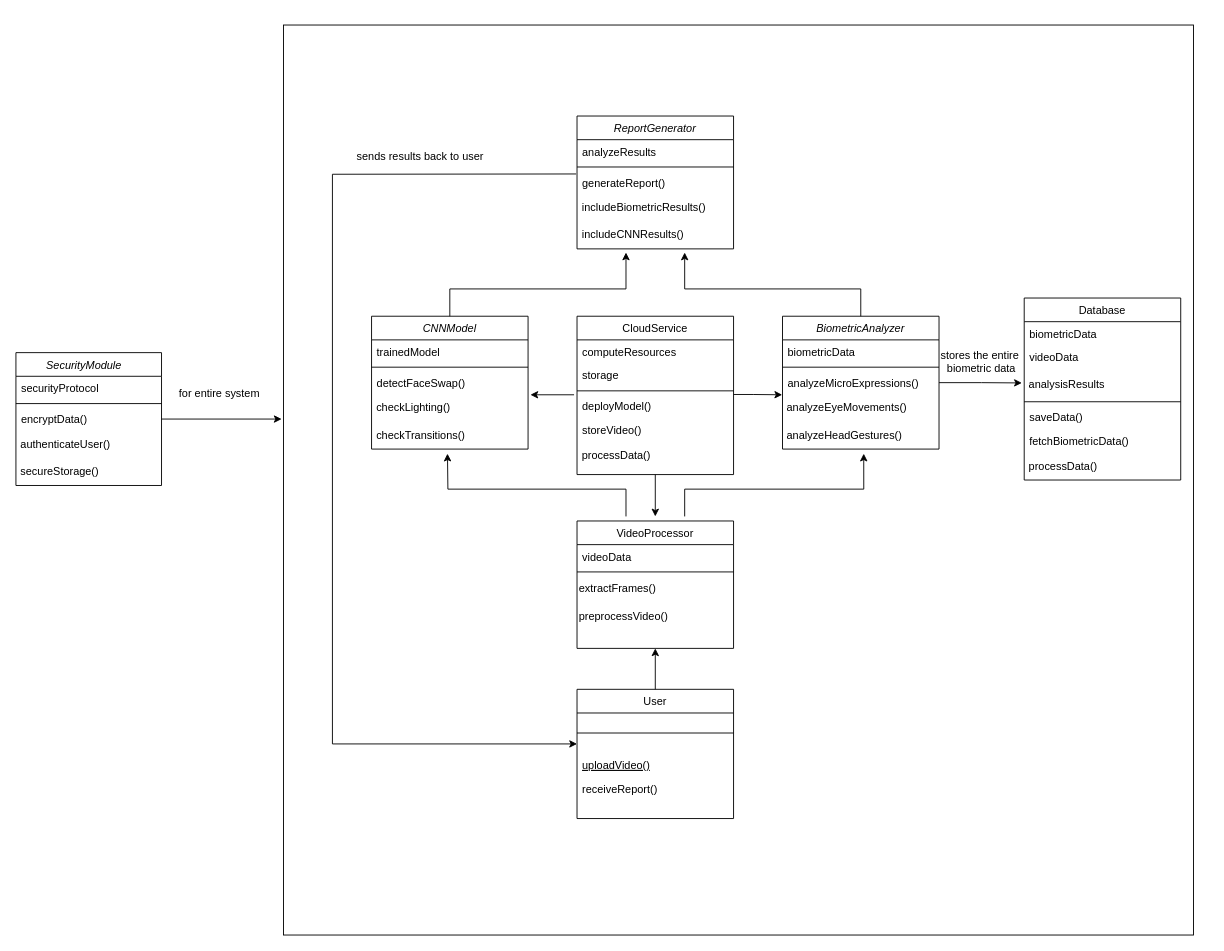
Earlier version of the draw.io diagram DeepFakeRecognition.drawio (yashika1221/draw.io). Source tidied: cells renumbered, new cells numbered last; positions are measured from the earlier drawing's top-left corner, leaving out a move shared by most shapes. Both pictures are drawn from the tidied source at 91%, with x=0, y=0 at pixel (15, 25).
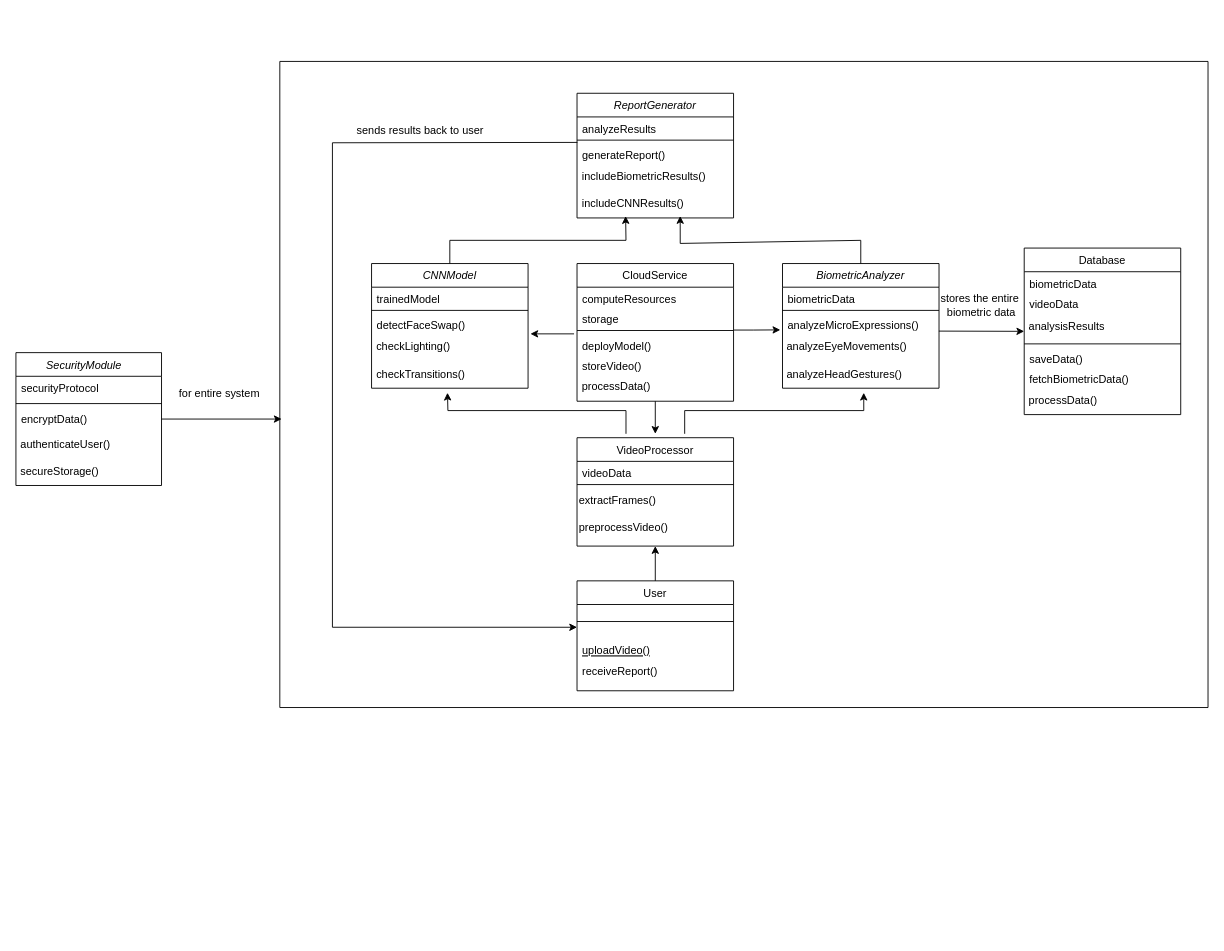
The same diagram, later.

Change to the diagram source:
```diff
@@
     <mxCell id="8" style="group;" parent="1" vertex="1">
-      <mxGeometry x="294" width="1000" height="1000" as="geometry" />
+      <mxGeometry x="294" y="-10" width="1010" height="1010" as="geometry" />
     </mxCell>
-    <mxCell id="9" style="whiteSpace=wrap;html=1;" parent="8" vertex="1">
-      <mxGeometry width="1000" height="1000" as="geometry" />
-    </mxCell>
     <mxCell id="10" style="group;" parent="8" vertex="1">
-      <mxGeometry x="53.8" y="100" width="666.7" height="772" as="geometry" />
+      <mxGeometry x="53.8" y="85" width="666.7" height="656.6" as="geometry" />
     </mxCell>
     <mxCell id="11" value="CNNModel" style="swimlane;fontStyle=2;align=center;verticalAlign=top;horizontal=1;startSize=26;rounded=0;shadow=0;strokeWidth=1;" parent="10" vertex="1">
-      <mxGeometry x="43" y="220" width="172" height="146" as="geometry" />
+      <mxGeometry x="43" y="187.1" width="172" height="137" as="geometry" />
     </mxCell>
     <mxCell id="12" value="trainedModel" style="text;align=left;verticalAlign=top;spacingLeft=4;spacingRight=4;overflow=hidden;rounded=0;shadow=0;html=0;" parent="11" vertex="1">
-      <mxGeometry y="26" width="172" height="26" as="geometry" />
+      <mxGeometry y="26" width="172" height="22.1" as="geometry" />
     </mxCell>
     <mxCell id="13" style="line;html=1;strokeWidth=1;align=left;verticalAlign=middle;spacingTop=-1;spacingLeft=3;spacingRight=3;labelPosition=right;" parent="11" vertex="1">
-      <mxGeometry y="52" width="172" height="8" as="geometry" />
+      <mxGeometry y="48.1" width="172" height="6.8" as="geometry" />
     </mxCell>
     <mxCell id="14" value="detectFaceSwap()&#10;" style="text;align=left;verticalAlign=top;spacingLeft=4;spacingRight=4;overflow=hidden;points=[[0,0.5],[1,0.5]];portConstraint=eastwest;" parent="11" vertex="1">
-      <mxGeometry y="60" width="172" height="26" as="geometry" />
+      <mxGeometry y="54.9" width="172" height="22.1" as="geometry" />
     </mxCell>
     <mxCell id="15" value="&amp;nbsp;checkLighting()" style="text;html=1;align=left;verticalAlign=middle;strokeColor=none;fillColor=none;" parent="11" vertex="1">
-      <mxGeometry y="86" width="172" height="30" as="geometry" />
+      <mxGeometry y="77" width="172" height="30" as="geometry" />
     </mxCell>
     <mxCell id="16" value="&amp;nbsp;checkTransitions()" style="text;html=1;align=left;verticalAlign=middle;points=[];strokeColor=none;fillColor=none;" parent="11" vertex="1">
-      <mxGeometry y="116" width="172" height="30" as="geometry" />
+      <mxGeometry y="107" width="172" height="30" as="geometry" />
     </mxCell>
     <mxCell id="17" value="User" style="swimlane;fontStyle=0;align=center;verticalAlign=top;horizontal=1;startSize=26;rounded=0;shadow=0;strokeWidth=1;" parent="10" vertex="1">
-      <mxGeometry x="268.8" y="630" width="172" height="142" as="geometry" />
+      <mxGeometry x="268.8" y="535.8" width="172" height="120.8" as="geometry" />
     </mxCell>
     <mxCell id="18" style="line;html=1;strokeWidth=1;align=left;verticalAlign=middle;spacingTop=-1;spacingLeft=3;spacingRight=3;labelPosition=right;" parent="17" vertex="1">
-      <mxGeometry y="26" width="172" height="44" as="geometry" />
+      <mxGeometry y="26" width="172" height="37.4" as="geometry" />
     </mxCell>
     <mxCell id="19" value="uploadVideo()" style="text;align=left;verticalAlign=top;spacingLeft=4;spacingRight=4;overflow=hidden;fontStyle=4;" parent="17" vertex="1">
-      <mxGeometry y="70" width="172" height="26" as="geometry" />
+      <mxGeometry y="63.4" width="172" height="22.1" as="geometry" />
     </mxCell>
     <mxCell id="20" value="receiveReport()" style="text;align=left;verticalAlign=top;spacingLeft=4;spacingRight=4;overflow=hidden;" parent="17" vertex="1">
-      <mxGeometry y="96" width="172" height="26" as="geometry" />
+      <mxGeometry y="85.5" width="172" height="22.1" as="geometry" />
     </mxCell>
     <mxCell id="21" value="VideoProcessor" style="swimlane;fontStyle=0;align=center;verticalAlign=top;horizontal=1;startSize=26;rounded=0;shadow=0;strokeWidth=1;" parent="10" vertex="1">
-      <mxGeometry x="268.8" y="445" width="172" height="140" as="geometry" />
+      <mxGeometry x="268.8" y="378.5" width="172" height="119.1" as="geometry" />
     </mxCell>
     <mxCell id="22" value="videoData" style="text;align=left;verticalAlign=top;spacingLeft=4;spacingRight=4;overflow=hidden;" parent="21" vertex="1">
-      <mxGeometry y="26" width="172" height="26" as="geometry" />
+      <mxGeometry y="26" width="172" height="22.1" as="geometry" />
     </mxCell>
     <mxCell id="23" style="line;html=1;strokeWidth=1;align=left;verticalAlign=middle;spacingTop=-1;spacingLeft=3;spacingRight=3;labelPosition=right;" parent="21" vertex="1">
-      <mxGeometry y="52" width="172" height="8" as="geometry" />
+      <mxGeometry y="48.1" width="172" height="6.8" as="geometry" />
     </mxCell>
     <mxCell id="24" value="extractFrames()" style="text;html=1;align=left;verticalAlign=middle;strokeColor=none;fillColor=none;" parent="21" vertex="1">
-      <mxGeometry y="60" width="172" height="30" as="geometry" />
+      <mxGeometry y="54.9" width="172" height="30" as="geometry" />
     </mxCell>
     <mxCell id="25" value="preprocessVideo()" style="text;html=1;align=left;verticalAlign=middle;strokeColor=none;fillColor=none;" parent="21" vertex="1">
-      <mxGeometry y="90" width="172" height="30" as="geometry" />
+      <mxGeometry y="84.9" width="172" height="30" as="geometry" />
     </mxCell>
     <mxCell id="26" value="CloudService" style="swimlane;fontStyle=0;align=center;verticalAlign=top;horizontal=1;startSize=26;rounded=0;shadow=0;strokeWidth=1;" parent="10" vertex="1">
-      <mxGeometry x="268.8" y="220" width="172" height="174" as="geometry" />
+      <mxGeometry x="268.8" y="187.1" width="172" height="151.3" as="geometry" />
     </mxCell>
     <mxCell id="27" value="computeResources" style="text;align=left;verticalAlign=top;spacingLeft=4;spacingRight=4;overflow=hidden;" parent="26" vertex="1">
-      <mxGeometry y="26" width="172" height="26" as="geometry" />
+      <mxGeometry y="26" width="172" height="22.1" as="geometry" />
     </mxCell>
     <mxCell id="28" value="storage" style="text;align=left;verticalAlign=top;spacingLeft=4;spacingRight=4;overflow=hidden;rounded=0;shadow=0;html=0;" parent="26" vertex="1">
-      <mxGeometry y="52" width="172" height="26" as="geometry" />
+      <mxGeometry y="48.1" width="172" height="22.1" as="geometry" />
     </mxCell>
     <mxCell id="29" style="line;html=1;strokeWidth=1;align=left;verticalAlign=middle;spacingTop=-1;spacingLeft=3;spacingRight=3;labelPosition=right;" parent="26" vertex="1">
-      <mxGeometry y="78" width="172" height="8" as="geometry" />
+      <mxGeometry y="70.2" width="172" height="6.8" as="geometry" />
     </mxCell>
     <mxCell id="30" value="deployModel()" style="text;align=left;verticalAlign=top;spacingLeft=4;spacingRight=4;overflow=hidden;points=[[0,0.5],[1,0.5]];portConstraint=eastwest;" parent="26" vertex="1">
-      <mxGeometry y="86" width="172" height="26" as="geometry" />
+      <mxGeometry y="77" width="172" height="22.1" as="geometry" />
     </mxCell>
     <mxCell id="31" value="storeVideo()" style="text;align=left;verticalAlign=top;spacingLeft=4;spacingRight=4;overflow=hidden;" parent="26" vertex="1">
-      <mxGeometry y="112" width="172" height="26" as="geometry" />
+      <mxGeometry y="99.1" width="172" height="22.1" as="geometry" />
     </mxCell>
     <mxCell id="32" value="&amp;nbsp;processData()" style="text;html=1;align=left;verticalAlign=middle;strokeColor=none;fillColor=none;" parent="26" vertex="1">
-      <mxGeometry y="138" width="172" height="30" as="geometry" />
+      <mxGeometry y="121.3" width="172" height="30" as="geometry" />
     </mxCell>
     <mxCell id="33" value="BiometricAnalyzer" style="swimlane;fontStyle=2;align=center;verticalAlign=top;horizontal=1;startSize=26;rounded=0;shadow=0;strokeWidth=1;" parent="10" vertex="1">
-      <mxGeometry x="494.6" y="220" width="172" height="146" as="geometry" />
+      <mxGeometry x="494.6" y="187.1" width="172" height="137" as="geometry" />
     </mxCell>
     <mxCell id="34" value="biometricData" style="text;align=left;verticalAlign=top;spacingLeft=4;spacingRight=4;overflow=hidden;rounded=0;shadow=0;html=0;" parent="33" vertex="1">
-      <mxGeometry y="26" width="172" height="26" as="geometry" />
+      <mxGeometry y="26" width="172" height="22.1" as="geometry" />
     </mxCell>
     <mxCell id="35" style="line;html=1;strokeWidth=1;align=left;verticalAlign=middle;spacingTop=-1;spacingLeft=3;spacingRight=3;labelPosition=right;" parent="33" vertex="1">
-      <mxGeometry y="52" width="172" height="8" as="geometry" />
+      <mxGeometry y="48.1" width="172" height="6.8" as="geometry" />
     </mxCell>
     <mxCell id="36" value="analyzeMicroExpressions()" style="text;align=left;verticalAlign=top;spacingLeft=4;spacingRight=4;overflow=hidden;points=[[0,0.5],[1,0.5]];portConstraint=eastwest;" parent="33" vertex="1">
-      <mxGeometry y="60" width="172" height="26" as="geometry" />
+      <mxGeometry y="54.9" width="172" height="22.1" as="geometry" />
     </mxCell>
     <mxCell id="37" value="&amp;nbsp;analyzeEyeMovements()" style="text;html=1;align=left;verticalAlign=middle;strokeColor=none;fillColor=none;" parent="33" vertex="1">
-      <mxGeometry y="86" width="172" height="30" as="geometry" />
+      <mxGeometry y="77" width="172" height="30" as="geometry" />
     </mxCell>
     <mxCell id="38" value="&amp;nbsp;analyzeHeadGestures()" style="text;html=1;align=left;verticalAlign=middle;points=[];strokeColor=none;fillColor=none;" parent="33" vertex="1">
-      <mxGeometry y="116" width="172" height="30" as="geometry" />
+      <mxGeometry y="107" width="172" height="30" as="geometry" />
     </mxCell>
     <mxCell id="39" value="ReportGenerator" style="swimlane;fontStyle=2;align=center;verticalAlign=top;horizontal=1;startSize=26;rounded=0;shadow=0;strokeWidth=1;" parent="10" vertex="1">
-      <mxGeometry x="268.8" width="172" height="146" as="geometry" />
+      <mxGeometry x="268.8" width="172" height="137" as="geometry" />
     </mxCell>
     <mxCell id="40" value="analyzeResults" style="text;align=left;verticalAlign=top;spacingLeft=4;spacingRight=4;overflow=hidden;rounded=0;shadow=0;html=0;" parent="39" vertex="1">
-      <mxGeometry y="26" width="172" height="26" as="geometry" />
+      <mxGeometry y="26" width="172" height="22.1" as="geometry" />
     </mxCell>
     <mxCell id="41" style="line;html=1;strokeWidth=1;align=left;verticalAlign=middle;spacingTop=-1;spacingLeft=3;spacingRight=3;labelPosition=right;" parent="39" vertex="1">
-      <mxGeometry y="52" width="172" height="8" as="geometry" />
+      <mxGeometry y="48.1" width="172" height="6.8" as="geometry" />
     </mxCell>
     <mxCell id="42" value="generateReport()" style="text;align=left;verticalAlign=top;spacingLeft=4;spacingRight=4;overflow=hidden;points=[[0,0.5],[1,0.5]];portConstraint=eastwest;" parent="39" vertex="1">
-      <mxGeometry y="60" width="172" height="26" as="geometry" />
+      <mxGeometry y="54.9" width="172" height="22.1" as="geometry" />
     </mxCell>
     <mxCell id="43" value="&amp;nbsp;includeBiometricResults()" style="text;html=1;align=left;verticalAlign=middle;strokeColor=none;fillColor=none;" parent="39" vertex="1">
-      <mxGeometry y="86" width="172" height="30" as="geometry" />
+      <mxGeometry y="77" width="172" height="30" as="geometry" />
     </mxCell>
     <mxCell id="44" value="&amp;nbsp;includeCNNResults()" style="text;html=1;align=left;verticalAlign=middle;points=[];strokeColor=none;fillColor=none;" parent="39" vertex="1">
-      <mxGeometry y="116" width="172" height="30" as="geometry" />
+      <mxGeometry y="107" width="172" height="30" as="geometry" />
     </mxCell>
@@
     <mxCell id="46" style="endArrow=classic;html=1;rounded=0;entryX=0.485;entryY=1.167;entryDx=0;entryDy=0;entryPerimeter=0;" parent="10" edge="1" target="16">
       <mxGeometry relative="1" as="geometry">
-        <mxPoint x="322.6" y="440" as="sourcePoint" />
+        <mxPoint x="322.6" y="374.2" as="sourcePoint" />
         <Array as="points">
-          <mxPoint x="322.6" y="410" />
-          <mxPoint x="126.9" y="410" />
+          <mxPoint x="322.6" y="348.7" />
+          <mxPoint x="126.9" y="348.7" />
         </Array>
       </mxGeometry>
     </mxCell>
     <mxCell id="47" style="endArrow=classic;html=1;rounded=0;entryX=0.519;entryY=1.167;entryDx=0;entryDy=0;entryPerimeter=0;" parent="10" edge="1" target="38">
       <mxGeometry relative="1" as="geometry">
-        <mxPoint x="387.1" y="440" as="sourcePoint" />
+        <mxPoint x="387.1" y="374.2" as="sourcePoint" />
         <Array as="points">
-          <mxPoint x="387.1" y="410" />
-          <mxPoint x="583.9" y="410" />
+          <mxPoint x="387.1" y="348.7" />
+          <mxPoint x="583.9" y="348.7" />
         </Array>
       </mxGeometry>
     </mxCell>
     <mxCell id="48" style="endArrow=classic;html=1;rounded=0;exitX=0.5;exitY=0;exitDx=0;exitDy=0;" parent="10" edge="1" source="11">
       <mxGeometry relative="1" as="geometry">
-        <mxPoint x="322.6" y="150" as="targetPoint" />
+        <mxPoint x="322.2" y="135" as="targetPoint" />
         <Array as="points">
-          <mxPoint x="129" y="190" />
-          <mxPoint x="322.6" y="190" />
+          <mxPoint x="129" y="161.6" />
+          <mxPoint x="322.6" y="161.6" />
         </Array>
       </mxGeometry>
     </mxCell>
-    <mxCell id="49" style="endArrow=classic;html=1;rounded=0;exitX=0.5;exitY=0;exitDx=0;exitDy=0;" parent="10" edge="1" source="33">
+    <mxCell id="49" style="endArrow=classic;html=1;rounded=0;exitX=0.5;exitY=0;exitDx=0;exitDy=0;entryX=0.659;entryY=0.931;entryDx=0;entryDy=0;entryPerimeter=0;" parent="10" edge="1" source="33" target="44">
       <mxGeometry relative="1" as="geometry">
-        <mxPoint x="387.1" y="150" as="targetPoint" />
         <Array as="points">
-          <mxPoint x="580.6" y="190" />
-          <mxPoint x="387.1" y="190" />
+          <mxPoint x="580.6" y="161.6" />
+          <mxPoint x="382.2" y="165" />
         </Array>
       </mxGeometry>
     </mxCell>
-    <mxCell id="50" style="endArrow=classic;html=1;rounded=0;exitX=-0.006;exitY=0.141;exitDx=0;exitDy=0;exitPerimeter=0;" parent="10" edge="1" source="42">
+    <mxCell id="50" style="endArrow=classic;html=1;rounded=0;" parent="10" edge="1">
       <mxGeometry relative="1" as="geometry">
-        <mxPoint x="268.8" y="690" as="targetPoint" />
+        <mxPoint x="269.2" y="54" as="sourcePoint" />
+        <mxPoint x="268.8" y="586.8" as="targetPoint" />
         <Array as="points">
-          <mxPoint y="64" />
-          <mxPoint y="690" />
+          <mxPoint y="54.4" />
+          <mxPoint y="586.8" />
         </Array>
       </mxGeometry>
     </mxCell>
@@
-    <mxCell id="52" style="endArrow=classic;html=1;rounded=0;entryX=-0.002;entryY=1.013;entryDx=0;entryDy=0;entryPerimeter=0;" parent="10" edge="1" target="36">
+    <mxCell id="52" style="endArrow=classic;html=1;rounded=0;" parent="10" edge="1">
       <mxGeometry relative="1" as="geometry">
-        <mxPoint x="440.9" y="306" as="sourcePoint" />
+        <mxPoint x="440.9" y="260.2" as="sourcePoint" />
+        <mxPoint x="492.2" y="260" as="targetPoint" />
         <Array as="points">
-          <mxPoint x="462.4" y="306" />
+          <mxPoint x="462.4" y="260.2" />
         </Array>
       </mxGeometry>
     </mxCell>
     <mxCell id="53" style="endArrow=classic;html=1;rounded=0;exitX=0.5;exitY=1;exitDx=0;exitDy=0;" parent="10" edge="1" source="26">
       <mxGeometry relative="1" as="geometry">
-        <mxPoint x="354.8" y="440" as="targetPoint" />
+        <mxPoint x="354.8" y="374.2" as="targetPoint" />
       </mxGeometry>
     </mxCell>
     <mxCell id="54" value="Database" style="swimlane;fontStyle=0;align=center;verticalAlign=top;horizontal=1;startSize=26;rounded=0;shadow=0;strokeWidth=1;" parent="8" vertex="1">
-      <mxGeometry x="814" y="300" width="172" height="200" as="geometry" />
+      <mxGeometry x="814" y="255.1" width="172" height="183" as="geometry" />
     </mxCell>
     <mxCell id="55" value="biometricData" style="text;align=left;verticalAlign=top;spacingLeft=4;spacingRight=4;overflow=hidden;" parent="54" vertex="1">
-      <mxGeometry y="26" width="172" height="26" as="geometry" />
+      <mxGeometry y="26" width="172" height="22.1" as="geometry" />
     </mxCell>
     <mxCell id="56" value="videoData" style="text;align=left;verticalAlign=top;spacingLeft=4;spacingRight=4;overflow=hidden;rounded=0;shadow=0;html=0;" parent="54" vertex="1">
-      <mxGeometry y="52" width="172" height="28" as="geometry" />
+      <mxGeometry y="48.1" width="172" height="23.8" as="geometry" />
     </mxCell>
     <mxCell id="57" value="&amp;nbsp;analysisResults" style="text;html=1;align=left;verticalAlign=middle;points=[];strokeColor=none;fillColor=none;" parent="54" vertex="1">
-      <mxGeometry y="80" width="172" height="30" as="geometry" />
+      <mxGeometry y="71.9" width="172" height="30" as="geometry" />
     </mxCell>
     <mxCell id="58" style="line;html=1;strokeWidth=1;align=left;verticalAlign=middle;spacingTop=-1;spacingLeft=3;spacingRight=3;labelPosition=right;" parent="54" vertex="1">
-      <mxGeometry y="110" width="172" height="8" as="geometry" />
+      <mxGeometry y="101.9" width="172" height="6.8" as="geometry" />
     </mxCell>
     <mxCell id="59" value="saveData()" style="text;align=left;verticalAlign=top;spacingLeft=4;spacingRight=4;overflow=hidden;" parent="54" vertex="1">
-      <mxGeometry y="118" width="172" height="26" as="geometry" />
+      <mxGeometry y="108.7" width="172" height="22.1" as="geometry" />
     </mxCell>
     <mxCell id="60" value="fetchBiometricData()" style="text;align=left;verticalAlign=top;spacingLeft=4;spacingRight=4;overflow=hidden;" parent="54" vertex="1">
-      <mxGeometry y="144" width="172" height="26" as="geometry" />
+      <mxGeometry y="130.8" width="172" height="22.1" as="geometry" />
     </mxCell>
     <mxCell id="61" value="&amp;nbsp;processData()" style="text;html=1;align=left;verticalAlign=middle;strokeColor=none;fillColor=none;" parent="54" vertex="1">
-      <mxGeometry y="170" width="172" height="30" as="geometry" />
+      <mxGeometry y="153" width="172" height="30" as="geometry" />
     </mxCell>
-    <mxCell id="62" style="edgeStyle=orthogonalEdgeStyle;rounded=0;jettySize=auto;html=1;exitX=1;exitY=0.5;exitDx=0;exitDy=0;entryX=-0.015;entryY=0.444;entryDx=0;entryDy=0;entryPerimeter=0;" parent="8" edge="1" source="36" target="57">
-      <mxGeometry relative="1" as="geometry" />
-    </mxCell>
     <mxCell id="63" value="sends results back to user" style="text;html=1;align=center;verticalAlign=middle;strokeColor=none;fillColor=none;" parent="8" vertex="1">
-      <mxGeometry x="69.9" y="130" width="160" height="30" as="geometry" />
+      <mxGeometry x="69.9" y="110.6" width="160" height="30" as="geometry" />
     </mxCell>
     <mxCell id="64" value="stores the entire&lt;div&gt;&amp;nbsp;biometric data&lt;/div&gt;" style="text;html=1;align=center;verticalAlign=middle;strokeColor=none;fillColor=none;" parent="8" vertex="1">
-      <mxGeometry x="710" y="350" width="110" height="40" as="geometry" />
+      <mxGeometry x="710" y="297.7" width="110" height="40" as="geometry" />
     </mxCell>
+    <mxCell id="67" style="endArrow=classic;html=1;rounded=0;entryX=0;entryY=0.5;entryDx=0;entryDy=0;exitX=0.999;exitY=0.875;exitDx=0;exitDy=0;exitPerimeter=0;" parent="8" edge="1" source="36" target="54">
+      <mxGeometry relative="1" as="geometry" />
+    </mxCell>
@@
+    <mxCell id="68" style="swimlane;startSize=0;" parent="1" vertex="1">
+      <mxGeometry x="290" y="40" width="1020" height="710" as="geometry" />
+    </mxCell>
```
